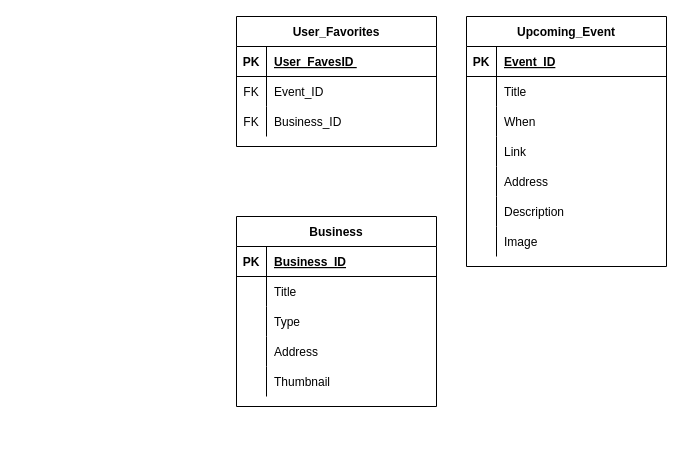
This is Untitled Diagram.drawio from NotNanetteKaye/FullStack-capstone2022, a draw.io file, before an edit. Source tidied: cells renumbered, new cells numbered last; positions are measured from the earlier drawing's top-left corner, leaving out a move shared by most shapes. Both pictures are drawn from the tidied source at 100%, with x=0, y=0 at pixel (236, 16).
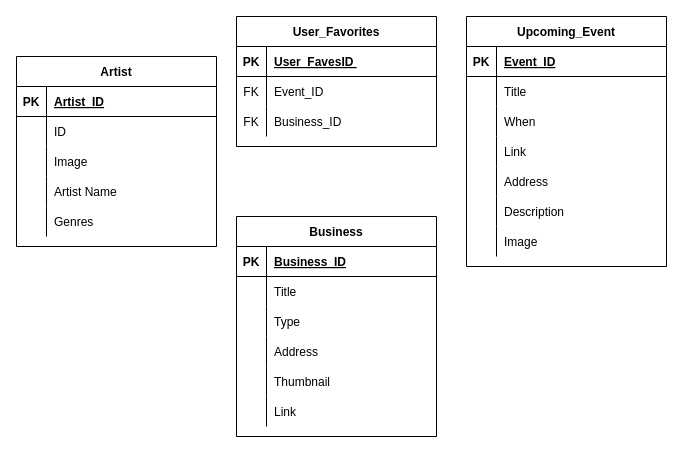
After the change.

Commit message:
Created Artist Table

What changed in the source:
```diff
@@
     <mxCell id="34" value="Business" style="shape=table;startSize=30;childLayout=tableLayout;rowLines=0;fontStyle=1;align=center;" parent="1" vertex="1">
-      <mxGeometry y="200" width="200" height="190" as="geometry" />
+      <mxGeometry y="200" width="200" height="220" as="geometry" />
     </mxCell>
@@
+    <mxCell id="50" style="shape=partialRectangle;fillColor=none;top=0;left=0;right=0;bottom=0;" parent="34" vertex="1">
+      <mxGeometry y="180" width="200" height="30" as="geometry" />
+    </mxCell>
+    <mxCell id="51" style="shape=partialRectangle;overflow=hidden;fillColor=none;top=0;left=0;bottom=0;right=0;" parent="50" vertex="1">
+      <mxGeometry width="30" height="30" as="geometry" />
+    </mxCell>
+    <mxCell id="52" value="Link" style="shape=partialRectangle;overflow=hidden;fillColor=none;top=0;left=0;bottom=0;right=0;align=left;spacingLeft=6;" parent="50" vertex="1">
+      <mxGeometry x="30" width="170" height="30" as="geometry" />
+    </mxCell>
+    <mxCell id="53" value="Artist" style="shape=table;startSize=30;childLayout=tableLayout;rowLines=0;fontStyle=1;align=center;" parent="1" vertex="1">
+      <mxGeometry x="-220" y="40" width="200" height="190" as="geometry" />
+    </mxCell>
+    <mxCell id="54" style="shape=partialRectangle;fillColor=none;top=0;left=0;right=0;bottom=1;" parent="53" vertex="1">
+      <mxGeometry y="30" width="200" height="30" as="geometry" />
+    </mxCell>
+    <mxCell id="55" value="PK" style="shape=partialRectangle;overflow=hidden;fillColor=none;top=0;left=0;bottom=0;right=0;fontStyle=1;" parent="54" vertex="1">
+      <mxGeometry width="30" height="30" as="geometry" />
+    </mxCell>
+    <mxCell id="56" value="Artist_ID" style="shape=partialRectangle;overflow=hidden;fillColor=none;top=0;left=0;bottom=0;right=0;align=left;spacingLeft=6;fontStyle=5;" parent="54" vertex="1">
+      <mxGeometry x="30" width="170" height="30" as="geometry" />
+    </mxCell>
+    <mxCell id="57" style="shape=partialRectangle;fillColor=none;top=0;left=0;right=0;bottom=0;" parent="53" vertex="1">
+      <mxGeometry y="60" width="200" height="30" as="geometry" />
+    </mxCell>
+    <mxCell id="58" style="shape=partialRectangle;overflow=hidden;fillColor=none;top=0;left=0;bottom=0;right=0;" parent="57" vertex="1">
+      <mxGeometry width="30" height="30" as="geometry" />
+    </mxCell>
+    <mxCell id="59" value="ID" style="shape=partialRectangle;overflow=hidden;fillColor=none;top=0;left=0;bottom=0;right=0;align=left;spacingLeft=6;" parent="57" vertex="1">
+      <mxGeometry x="30" width="170" height="30" as="geometry" />
+    </mxCell>
+    <mxCell id="60" style="shape=partialRectangle;fillColor=none;top=0;left=0;right=0;bottom=0;" parent="53" vertex="1">
+      <mxGeometry y="90" width="200" height="30" as="geometry" />
+    </mxCell>
+    <mxCell id="61" style="shape=partialRectangle;overflow=hidden;fillColor=none;top=0;left=0;bottom=0;right=0;" parent="60" vertex="1">
+      <mxGeometry width="30" height="30" as="geometry" />
+    </mxCell>
+    <mxCell id="62" value="Image" style="shape=partialRectangle;overflow=hidden;fillColor=none;top=0;left=0;bottom=0;right=0;align=left;spacingLeft=6;" parent="60" vertex="1">
+      <mxGeometry x="30" width="170" height="30" as="geometry" />
+    </mxCell>
+    <mxCell id="63" style="shape=partialRectangle;fillColor=none;top=0;left=0;right=0;bottom=0;" parent="53" vertex="1">
+      <mxGeometry y="120" width="200" height="30" as="geometry" />
+    </mxCell>
+    <mxCell id="64" style="shape=partialRectangle;overflow=hidden;fillColor=none;top=0;left=0;bottom=0;right=0;" parent="63" vertex="1">
+      <mxGeometry width="30" height="30" as="geometry" />
+    </mxCell>
+    <mxCell id="65" value="Artist Name" style="shape=partialRectangle;overflow=hidden;fillColor=none;top=0;left=0;bottom=0;right=0;align=left;spacingLeft=6;" parent="63" vertex="1">
+      <mxGeometry x="30" width="170" height="30" as="geometry" />
+    </mxCell>
+    <mxCell id="66" style="shape=partialRectangle;fillColor=none;top=0;left=0;right=0;bottom=0;" parent="53" vertex="1">
+      <mxGeometry y="150" width="200" height="30" as="geometry" />
+    </mxCell>
+    <mxCell id="67" style="shape=partialRectangle;overflow=hidden;fillColor=none;top=0;left=0;bottom=0;right=0;" parent="66" vertex="1">
+      <mxGeometry width="30" height="30" as="geometry" />
+    </mxCell>
+    <mxCell id="68" value="Genres" style="shape=partialRectangle;overflow=hidden;fillColor=none;top=0;left=0;bottom=0;right=0;align=left;spacingLeft=6;" parent="66" vertex="1">
+      <mxGeometry x="30" width="170" height="30" as="geometry" />
+    </mxCell>
```
